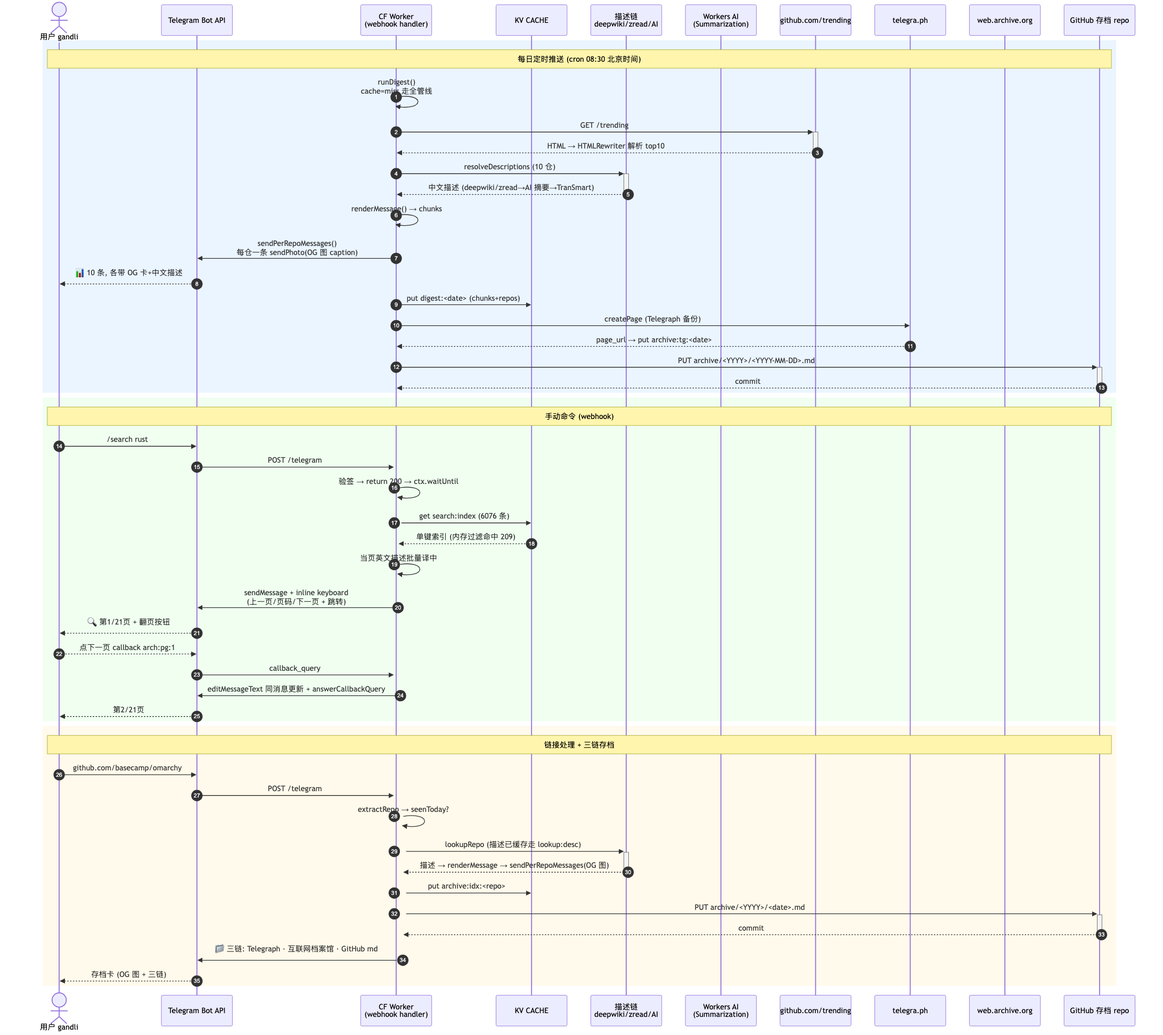
Before: docs/diagrams/dataflow.png, a diagram exported from Mermaid (gandli/daily-digest). Its source is kept beside it as docs/diagrams/dataflow.mmd.
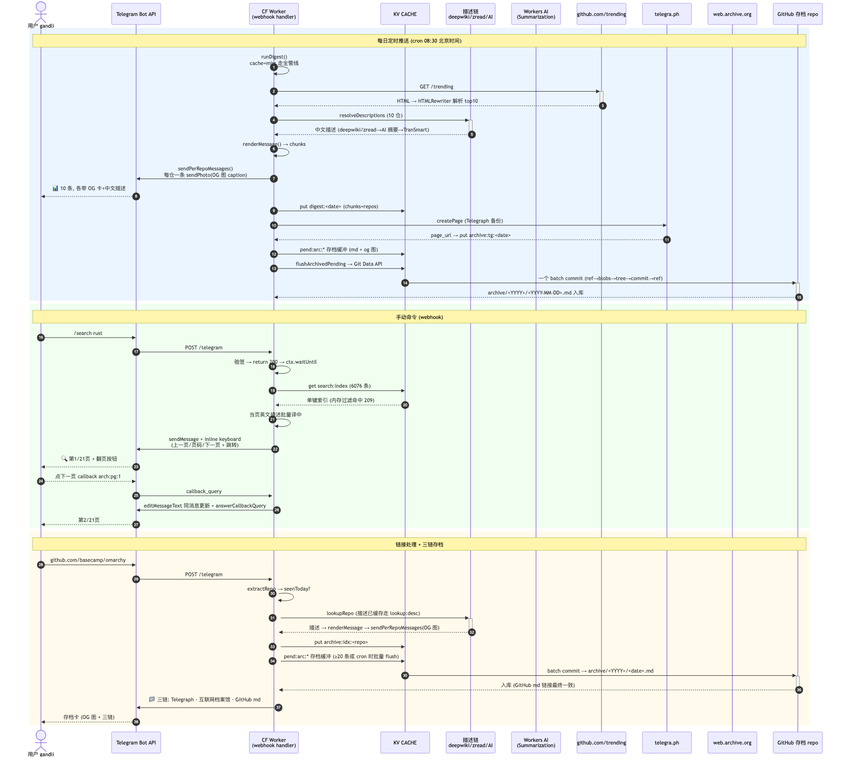
After the change.

Commit message:
docs: 同步近期功能到 README/接口契约/路线图/GOAL

Change to the diagram source:
```diff
@@ -24,8 +24,10 @@
     W->>KV: put digest:<date> (chunks+repos)
     W->>TG: createPage (Telegraph 备份)
     TG-->>W: page_url → put archive:tg:<date>
-    W->>+GH: PUT archive/<YYYY>/<YYYY-MM-DD>.md
-    GH-->>-W: commit
+    W->>KV: pend:arc:* 存档缓冲 (md + og 图)
+    W->>KV: flushArchivedPending → Git Data API
+    KV->>+GH: 一个 batch commit (ref→blobs→tree→commit→ref)
+    GH-->>-W: archive/<YYYY>/<YYYY-MM-DD>.md 入库
     end
 
     rect rgb(240,255,240)
@@ -52,8 +54,9 @@
     W->>+CHAIN: lookupRepo (描述已缓存走 lookup:desc)
     CHAIN-->>-W: 描述 → renderMessage → sendPerRepoMessages(OG 图)
     W->>KV: put archive:idx:<repo>
-    W->>+GH: PUT archive/<YYYY>/<date>.md
-    GH-->>-W: commit
+    W->>KV: pend:arc:* 存档缓冲 (≥20 条或 cron 时批量 flush)
+    KV->>+GH: batch commit → archive/<YYYY>/<date>.md
+    GH-->>-W: 入库 (GitHub md 链接最终一致)
     W->>TA: 📁 三链: Telegraph · 互联网档案馆 · GitHub md
     TA-->>U: 存档卡 (OG 图 + 三链)
     end
```
